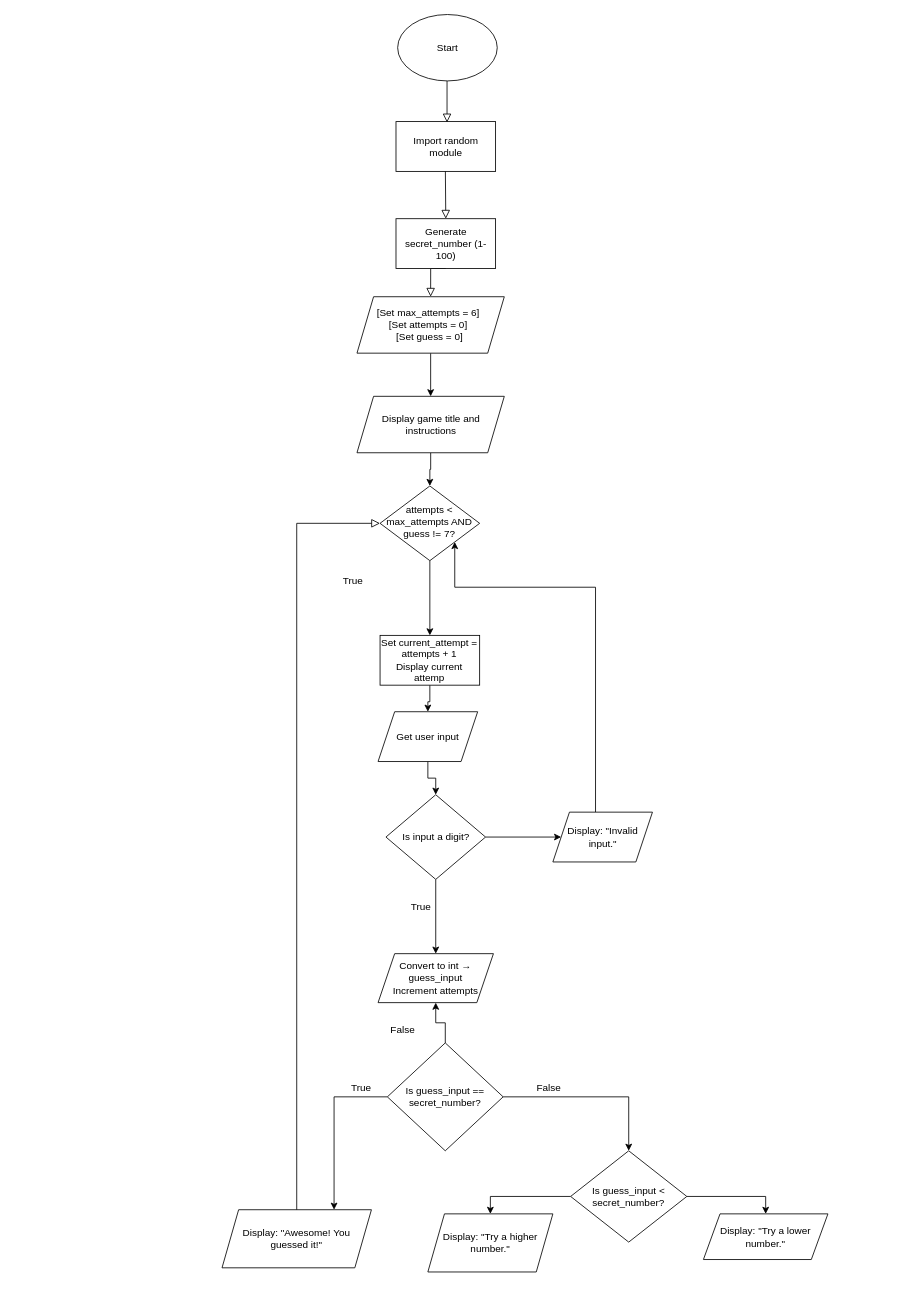
Earlier version of the draw.io diagram Untitled Diagram.drawio (Ali1005772/-ICS3U_S2). Source tidied: cells renumbered, new cells numbered last; positions are measured from the earlier drawing's top-left corner, leaving out a move shared by most shapes. Both pictures are drawn from the tidied source at 83%, with x=0, y=0 at pixel (222, 14).
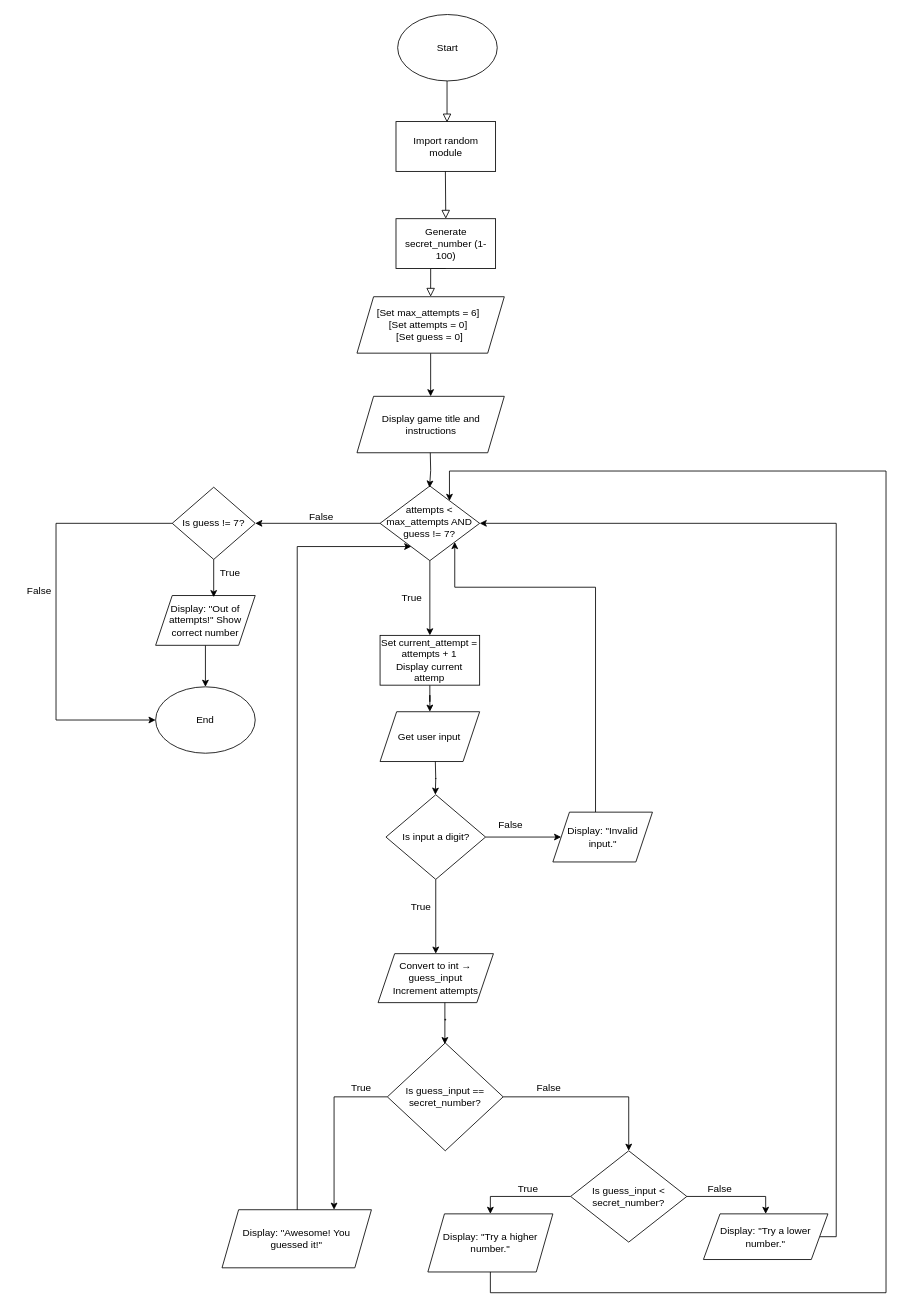
The same page after the edit.

Unchanged cells that the change refers to:
```xml
<mxCell id="7" value="attempts &amp;lt; max_attempts AND guess != 7?" style="rhombus;whiteSpace=wrap;html=1;shadow=0;fontFamily=Helvetica;fontSize=12;align=center;strokeWidth=1;spacing=6;spacingTop=-4;" parent="1" vertex="1">
  <mxGeometry x="190.4" y="568" width="120" height="90" as="geometry" />
</mxCell>
<mxCell id="17" value="Is guess_input == secret_number?" style="rhombus;whiteSpace=wrap;html=1;" parent="1" vertex="1">
  <mxGeometry x="199.2" y="1239" width="139.5" height="130" as="geometry" />
</mxCell>
<mxCell id="18" value="Display: &quot;Awesome! You guessed it!&quot;" style="shape=parallelogram;perimeter=parallelogramPerimeter;whiteSpace=wrap;html=1;fixedSize=1;" parent="1" vertex="1">
  <mxGeometry y="1440" width="180" height="70" as="geometry" />
</mxCell>
<mxCell id="28" value="Display game title and instructions" style="shape=parallelogram;perimeter=parallelogramPerimeter;whiteSpace=wrap;html=1;fixedSize=1;" parent="1" vertex="1">
  <mxGeometry x="162.6" y="460" width="177.5" height="68" as="geometry" />
</mxCell>
<mxCell id="31" value="Is input a digit?" style="rhombus;whiteSpace=wrap;html=1;" parent="1" vertex="1">
  <mxGeometry x="197.5" y="940" width="120" height="102" as="geometry" />
</mxCell>
<mxCell id="32" value="Convert to int → guess_input&lt;div&gt;Increment attempts&lt;/div&gt;" style="shape=parallelogram;perimeter=parallelogramPerimeter;whiteSpace=wrap;html=1;fixedSize=1;" parent="1" vertex="1">
  <mxGeometry x="188" y="1131.5" width="139" height="59" as="geometry" />
</mxCell>
<mxCell id="36" value="Display: &quot;Try a higher number.&quot;" style="shape=parallelogram;perimeter=parallelogramPerimeter;whiteSpace=wrap;html=1;fixedSize=1;" parent="1" vertex="1">
  <mxGeometry x="248" y="1445" width="150.6" height="70" as="geometry" />
</mxCell>
<mxCell id="37" value="Display: &quot;Try a lower number.&quot;" style="shape=parallelogram;perimeter=parallelogramPerimeter;whiteSpace=wrap;html=1;fixedSize=1;" parent="1" vertex="1">
  <mxGeometry x="580" y="1445" width="150" height="55" as="geometry" />
</mxCell>
```

Diff of the diagram source:
```diff
@@
+    <mxCell id="40" style="edgeStyle=orthogonalEdgeStyle;rounded=0;jettySize=auto;html=1;entryX=1;entryY=0.5;entryDx=0;entryDy=0;" parent="1" edge="1" source="7" target="47">
+      <mxGeometry relative="1" as="geometry" />
+    </mxCell>
@@
-    <mxCell id="8" value="True" style="text;strokeColor=none;align=center;fillColor=none;html=1;verticalAlign=middle;whiteSpace=wrap;rounded=0;" parent="1" vertex="1">
-      <mxGeometry x="128" y="668" width="60" height="30" as="geometry" />
-    </mxCell>
@@
-    <mxCell id="11" style="edgeStyle=orthogonalEdgeStyle;rounded=0;jettySize=auto;html=1;entryX=0.5;entryY=0;entryDx=0;entryDy=0;" parent="1" edge="1" source="12" target="31">
-      <mxGeometry relative="1" as="geometry" />
-    </mxCell>
     <mxCell id="12" value="Get user input" style="shape=parallelogram;perimeter=parallelogramPerimeter;whiteSpace=wrap;html=1;fixedSize=1;" parent="1" vertex="1">
-      <mxGeometry x="188" y="840" width="120" height="60" as="geometry" />
+      <mxGeometry x="190.4" y="840" width="120" height="60" as="geometry" />
     </mxCell>
@@
-    <mxCell id="14" style="edgeStyle=orthogonalEdgeStyle;rounded=0;jettySize=auto;html=1;entryX=0.5;entryY=1;entryDx=0;entryDy=0;" parent="1" edge="1" source="17" target="32">
-      <mxGeometry relative="1" as="geometry" />
-    </mxCell>
@@
+    <mxCell id="41" style="edgeStyle=orthogonalEdgeStyle;rounded=0;jettySize=auto;html=1;entryX=0.314;entryY=0.811;entryDx=0;entryDy=0;entryPerimeter=0;" parent="1" edge="1" target="7">
+      <mxGeometry relative="1" as="geometry">
+        <mxPoint x="90.6" y="1455" as="sourcePoint" />
+        <Array as="points">
+          <mxPoint x="91" y="641" />
+        </Array>
+      </mxGeometry>
+    </mxCell>
@@
-    <mxCell id="19" style="rounded=0;html=1;jettySize=auto;fontSize=11;endArrow=block;endFill=0;endSize=8;strokeWidth=1;shadow=0;labelBackgroundColor=none;edgeStyle=orthogonalEdgeStyle;exitX=0.5;exitY=0;exitDx=0;exitDy=0;entryX=0;entryY=0.5;entryDx=0;entryDy=0;" parent="1" edge="1" source="18" target="7">
-      <mxGeometry relative="1" as="geometry" />
-    </mxCell>
@@
-    <mxCell id="24" value="False" style="text;strokeColor=none;align=center;fillColor=none;html=1;verticalAlign=middle;whiteSpace=wrap;rounded=0;" parent="1" vertex="1">
-      <mxGeometry x="188" y="1209" width="60" height="30" as="geometry" />
-    </mxCell>
@@
-    <mxCell id="27" style="edgeStyle=orthogonalEdgeStyle;rounded=0;jettySize=auto;html=1;" parent="1" edge="1" source="28" target="7">
-      <mxGeometry relative="1" as="geometry" />
-    </mxCell>
@@
+    <mxCell id="42" style="edgeStyle=orthogonalEdgeStyle;rounded=0;jettySize=auto;html=1;" parent="1" edge="1" source="37" target="7">
+      <mxGeometry relative="1" as="geometry">
+        <Array as="points">
+          <mxPoint x="740" y="1473" />
+          <mxPoint x="740" y="613" />
+        </Array>
+      </mxGeometry>
+    </mxCell>
@@
+    <mxCell id="43" value="True" style="text;strokeColor=none;align=center;fillColor=none;html=1;verticalAlign=middle;whiteSpace=wrap;rounded=0;" parent="1" vertex="1">
+      <mxGeometry x="338.6" y="1400" width="60" height="30" as="geometry" />
+    </mxCell>
+    <mxCell id="44" value="False" style="text;strokeColor=none;align=center;fillColor=none;html=1;verticalAlign=middle;whiteSpace=wrap;rounded=0;" parent="1" vertex="1">
+      <mxGeometry x="570" y="1400" width="60" height="30" as="geometry" />
+    </mxCell>
+    <mxCell id="45" style="edgeStyle=orthogonalEdgeStyle;rounded=0;jettySize=auto;html=1;entryX=0.697;entryY=0.2;entryDx=0;entryDy=0;entryPerimeter=0;" parent="1" edge="1" source="36" target="7">
+      <mxGeometry relative="1" as="geometry">
+        <Array as="points">
+          <mxPoint x="323" y="1540" />
+          <mxPoint x="800" y="1540" />
+          <mxPoint x="800" y="550" />
+          <mxPoint x="274" y="550" />
+        </Array>
+      </mxGeometry>
+    </mxCell>
+    <mxCell id="46" style="edgeStyle=orthogonalEdgeStyle;rounded=0;jettySize=auto;html=1;entryX=0;entryY=0.5;entryDx=0;entryDy=0;" parent="1" edge="1" source="47" target="53">
+      <mxGeometry relative="1" as="geometry">
+        <Array as="points">
+          <mxPoint x="-200" y="613" />
+          <mxPoint x="-200" y="850" />
+        </Array>
+      </mxGeometry>
+    </mxCell>
+    <mxCell id="47" value="Is guess != 7?" style="rhombus;whiteSpace=wrap;html=1;" parent="1" vertex="1">
+      <mxGeometry x="-60" y="569.5" width="100" height="87" as="geometry" />
+    </mxCell>
+    <mxCell id="48" value="False" style="text;strokeColor=none;align=center;fillColor=none;html=1;verticalAlign=middle;whiteSpace=wrap;rounded=0;" parent="1" vertex="1">
+      <mxGeometry x="90" y="590" width="60" height="30" as="geometry" />
+    </mxCell>
+    <mxCell id="49" style="edgeStyle=orthogonalEdgeStyle;rounded=0;jettySize=auto;html=1;entryX=0.5;entryY=0;entryDx=0;entryDy=0;" parent="1" edge="1" source="50" target="53">
+      <mxGeometry relative="1" as="geometry" />
+    </mxCell>
+    <mxCell id="50" value="Display: &quot;Out of attempts!&quot; Show correct number" style="shape=parallelogram;perimeter=parallelogramPerimeter;whiteSpace=wrap;html=1;fixedSize=1;" parent="1" vertex="1">
+      <mxGeometry x="-80" y="700" width="120" height="60" as="geometry" />
+    </mxCell>
+    <mxCell id="51" style="edgeStyle=orthogonalEdgeStyle;rounded=0;jettySize=auto;html=1;entryX=0.583;entryY=0.033;entryDx=0;entryDy=0;entryPerimeter=0;" parent="1" edge="1" source="47" target="50">
+      <mxGeometry relative="1" as="geometry" />
+    </mxCell>
+    <mxCell id="52" value="True" style="text;strokeColor=none;align=center;fillColor=none;html=1;verticalAlign=middle;whiteSpace=wrap;rounded=0;" parent="1" vertex="1">
+      <mxGeometry x="-20" y="658" width="60" height="30" as="geometry" />
+    </mxCell>
+    <mxCell id="53" value="End" style="ellipse;whiteSpace=wrap;html=1;" parent="1" vertex="1">
+      <mxGeometry x="-80" y="810" width="120" height="80" as="geometry" />
+    </mxCell>
+    <mxCell id="54" value="False" style="text;strokeColor=none;align=center;fillColor=none;html=1;verticalAlign=middle;whiteSpace=wrap;rounded=0;" parent="1" vertex="1">
+      <mxGeometry x="-250" y="680" width="60" height="30" as="geometry" />
+    </mxCell>
+    <mxCell id="55" style="edgeStyle=orthogonalEdgeStyle;rounded=0;orthogonalLoop=1;jettySize=auto;html=1;" parent="1" edge="1">
+      <mxGeometry relative="1" as="geometry">
+        <mxPoint x="257" y="900" as="sourcePoint" />
+        <mxPoint x="257" y="940" as="targetPoint" />
+      </mxGeometry>
+    </mxCell>
+    <mxCell id="56" value="False" style="text;strokeColor=none;align=center;fillColor=none;html=1;verticalAlign=middle;whiteSpace=wrap;rounded=0;" parent="1" vertex="1">
+      <mxGeometry x="317.5" y="961" width="60" height="30" as="geometry" />
+    </mxCell>
+    <mxCell id="57" style="edgeStyle=orthogonalEdgeStyle;rounded=0;orthogonalLoop=1;jettySize=auto;html=1;" parent="1" edge="1">
+      <mxGeometry relative="1" as="geometry">
+        <mxPoint x="268.5" y="1190.5" as="sourcePoint" />
+        <mxPoint x="268.5" y="1240.5" as="targetPoint" />
+        <Array as="points">
+          <mxPoint x="268.5" y="1211.5" />
+          <mxPoint x="269.5" y="1211.5" />
+          <mxPoint x="269.5" y="1210.5" />
+          <mxPoint x="268.5" y="1210.5" />
+        </Array>
+      </mxGeometry>
+    </mxCell>
+    <mxCell id="58" style="edgeStyle=orthogonalEdgeStyle;rounded=0;orthogonalLoop=1;jettySize=auto;html=1;" parent="1" edge="1">
+      <mxGeometry relative="1" as="geometry">
+        <mxPoint x="250.9" y="528" as="sourcePoint" />
+        <mxPoint x="250" y="570" as="targetPoint" />
+      </mxGeometry>
+    </mxCell>
+    <mxCell id="59" value="True" style="text;strokeColor=none;align=center;fillColor=none;html=1;verticalAlign=middle;whiteSpace=wrap;rounded=0;" parent="1" vertex="1">
+      <mxGeometry x="199.2" y="688" width="60" height="30" as="geometry" />
+    </mxCell>
```
